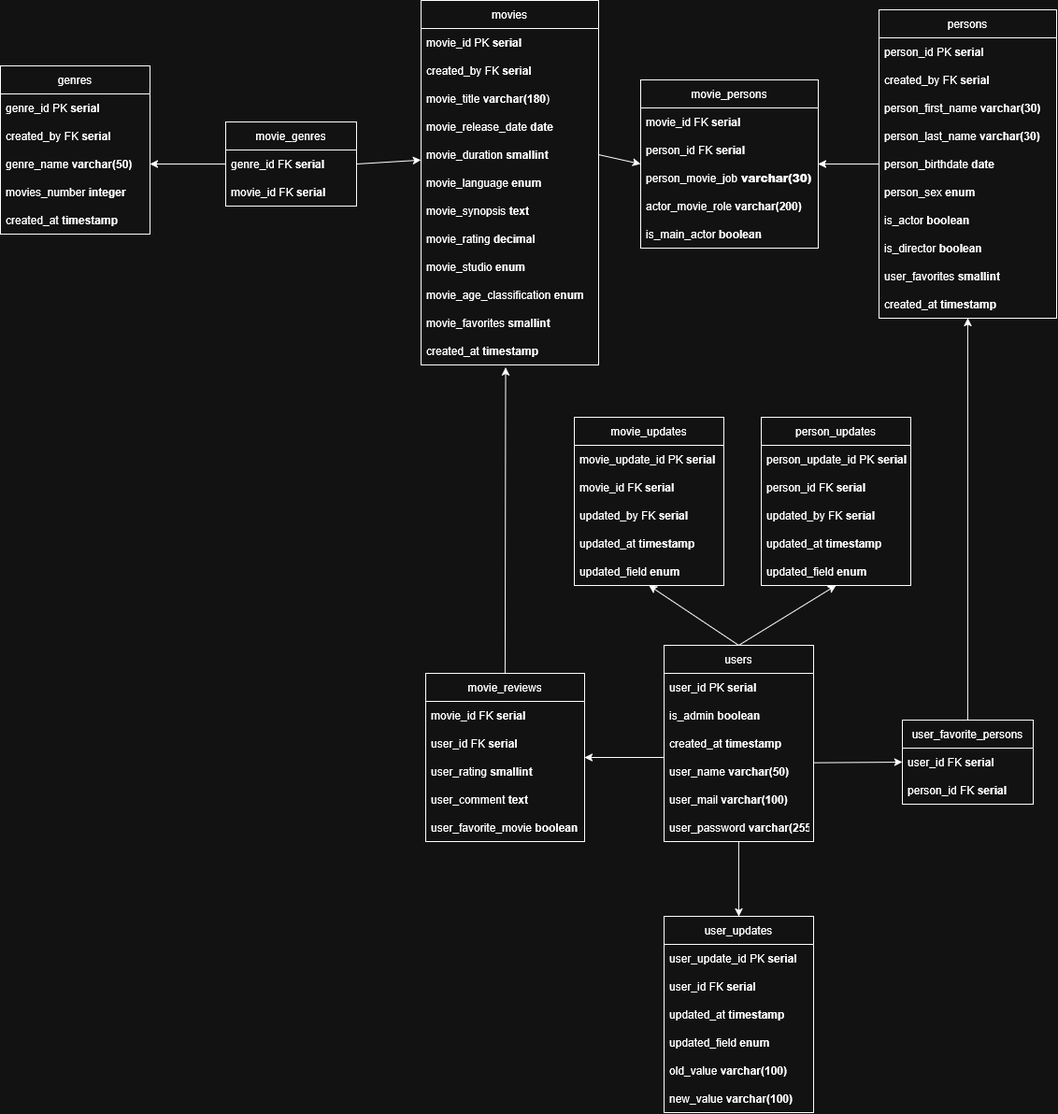
The draw.io diagram data_conception/3-MPD.png in AlexandreCrestien/NetStream, before a commit. Source tidied: cells renumbered, new cells last; positions are measured from the earlier drawing's top-left corner, leaving out a move shared by most shapes.
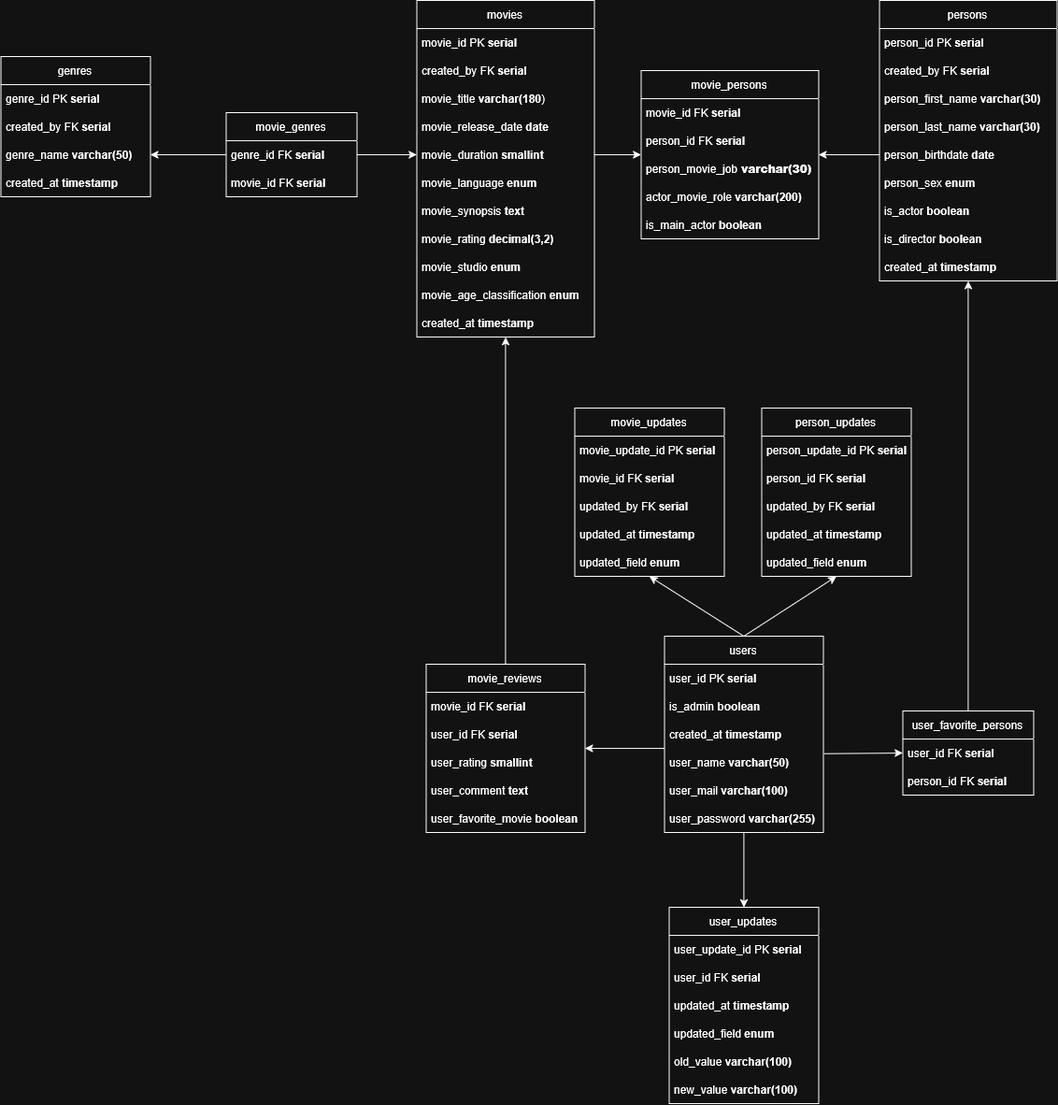
Above is the later version.

Commit message:
feat: add gestion rules and remove user_favorites from persons and movies and remove movies_number from genres)

What changed in the source:
```diff
@@ -3,7 +3,7 @@
     <mxCell id="0" />
     <mxCell id="1" parent="0" />
     <mxCell id="2" value="movies" style="swimlane;fontStyle=0;horizontal=1;startSize=30;whiteSpace=wrap;html=1;" parent="1" vertex="1">
-      <mxGeometry x="450" width="190" height="390" as="geometry" />
+      <mxGeometry x="445" y="10" width="190" height="360" as="geometry" />
     </mxCell>
     <mxCell id="3" value="movie_id PK &lt;b&gt;serial&lt;/b&gt;" style="text;strokeColor=none;fillColor=none;align=left;verticalAlign=middle;spacingLeft=4;spacingRight=4;overflow=hidden;whiteSpace=wrap;html=1;" parent="2" vertex="1">
       <mxGeometry y="30" width="190" height="30" as="geometry" />
@@ -26,7 +26,7 @@
     <mxCell id="9" value="movie_synopsis &lt;b&gt;text&lt;/b&gt;" style="text;strokeColor=none;fillColor=none;align=left;verticalAlign=middle;spacingLeft=4;spacingRight=4;overflow=hidden;whiteSpace=wrap;html=1;" parent="2" vertex="1">
       <mxGeometry y="210" width="190" height="30" as="geometry" />
     </mxCell>
-    <mxCell id="10" value="movie_rating &lt;b&gt;decimal&lt;/b&gt;" style="text;strokeColor=none;fillColor=none;align=left;verticalAlign=middle;spacingLeft=4;spacingRight=4;overflow=hidden;whiteSpace=wrap;html=1;" parent="2" vertex="1">
+    <mxCell id="10" value="movie_rating &lt;b&gt;decimal(3,2)&lt;/b&gt;" style="text;strokeColor=none;fillColor=none;align=left;verticalAlign=middle;spacingLeft=4;spacingRight=4;overflow=hidden;whiteSpace=wrap;html=1;" parent="2" vertex="1">
       <mxGeometry y="240" width="190" height="30" as="geometry" />
     </mxCell>
     <mxCell id="11" value="movie_studio &lt;b&gt;enum&lt;/b&gt;" style="text;strokeColor=none;fillColor=none;align=left;verticalAlign=middle;spacingLeft=4;spacingRight=4;overflow=hidden;whiteSpace=wrap;html=1;" parent="2" vertex="1">
@@ -35,14 +35,11 @@
     <mxCell id="12" value="movie_age_classification &lt;b&gt;enum&lt;/b&gt;" style="text;strokeColor=none;fillColor=none;align=left;verticalAlign=middle;spacingLeft=4;spacingRight=4;overflow=hidden;whiteSpace=wrap;html=1;" parent="2" vertex="1">
       <mxGeometry y="300" width="190" height="30" as="geometry" />
     </mxCell>
-    <mxCell id="13" value="movie_favorites &lt;b&gt;smallint&lt;/b&gt;" style="text;strokeColor=none;fillColor=none;align=left;verticalAlign=middle;spacingLeft=4;spacingRight=4;overflow=hidden;whiteSpace=wrap;html=1;" parent="2" vertex="1">
-      <mxGeometry y="330" width="190" height="30" as="geometry" />
-    </mxCell>
     <mxCell id="14" value="created_at &lt;b&gt;timestamp&lt;/b&gt;" style="text;strokeColor=none;fillColor=none;align=left;verticalAlign=middle;spacingLeft=4;spacingRight=4;overflow=hidden;points=[[0,0.5],[1,0.5]];portConstraint=eastwest;whiteSpace=wrap;html=1;" parent="2" vertex="1">
-      <mxGeometry y="360" width="190" height="30" as="geometry" />
+      <mxGeometry y="330" width="190" height="30" as="geometry" />
     </mxCell>
     <mxCell id="15" value="persons" style="swimlane;fontStyle=0;horizontal=1;startSize=30;whiteSpace=wrap;html=1;" parent="1" vertex="1">
-      <mxGeometry x="940" y="10" width="190" height="330" as="geometry" />
+      <mxGeometry x="940" y="10" width="190" height="300" as="geometry" />
     </mxCell>
     <mxCell id="16" value="person_id PK&amp;nbsp;&lt;b&gt;serial&lt;/b&gt;" style="text;strokeColor=none;fillColor=none;align=left;verticalAlign=middle;spacingLeft=4;spacingRight=4;overflow=hidden;whiteSpace=wrap;html=1;" parent="15" vertex="1">
       <mxGeometry y="30" width="190" height="30" as="geometry" />
@@ -68,11 +65,8 @@
     <mxCell id="23" value="&lt;div&gt;is_director&amp;nbsp;&lt;b&gt;boolean&lt;/b&gt;&lt;/div&gt;" style="text;strokeColor=none;fillColor=none;align=left;verticalAlign=middle;spacingLeft=4;spacingRight=4;overflow=hidden;whiteSpace=wrap;html=1;" parent="15" vertex="1">
       <mxGeometry y="240" width="190" height="30" as="geometry" />
     </mxCell>
-    <mxCell id="24" value="user_favorites &lt;b&gt;smallint&lt;/b&gt;" style="text;strokeColor=none;fillColor=none;align=left;verticalAlign=middle;spacingLeft=4;spacingRight=4;overflow=hidden;whiteSpace=wrap;html=1;" parent="15" vertex="1">
-      <mxGeometry y="270" width="190" height="30" as="geometry" />
-    </mxCell>
     <mxCell id="25" value="created_at &lt;b&gt;timestamp&lt;/b&gt;" style="text;strokeColor=none;fillColor=none;align=left;verticalAlign=middle;spacingLeft=4;spacingRight=4;overflow=hidden;whiteSpace=wrap;html=1;" parent="15" vertex="1">
-      <mxGeometry y="300" width="190" height="30" as="geometry" />
+      <mxGeometry y="270" width="190" height="30" as="geometry" />
     </mxCell>
     <mxCell id="26" value="movie_persons" style="swimlane;fontStyle=0;horizontal=1;startSize=30;whiteSpace=wrap;html=1;" parent="1" vertex="1">
       <mxGeometry x="685" y="85" width="190" height="180" as="geometry" />
@@ -93,25 +87,25 @@
       <mxGeometry y="150" width="190" height="30" as="geometry" />
     </mxCell>
     <mxCell id="32" value="users" style="swimlane;fontStyle=0;horizontal=1;startSize=30;whiteSpace=wrap;html=1;" parent="1" vertex="1">
-      <mxGeometry x="710" y="690" width="160" height="210" as="geometry" />
+      <mxGeometry x="710" y="690" width="170" height="210" as="geometry" />
     </mxCell>
     <mxCell id="33" value="user_id PK&amp;nbsp;&lt;b&gt;serial&lt;/b&gt;" style="text;strokeColor=none;fillColor=none;align=left;verticalAlign=middle;spacingLeft=4;spacingRight=4;overflow=hidden;whiteSpace=wrap;html=1;" parent="32" vertex="1">
-      <mxGeometry y="30" width="160" height="30" as="geometry" />
+      <mxGeometry y="30" width="170" height="30" as="geometry" />
     </mxCell>
     <mxCell id="34" value="is_admin&amp;nbsp;&lt;b&gt;boolean&lt;/b&gt;" style="text;strokeColor=none;fillColor=none;align=left;verticalAlign=middle;spacingLeft=4;spacingRight=4;overflow=hidden;whiteSpace=wrap;html=1;" parent="32" vertex="1">
-      <mxGeometry y="60" width="160" height="30" as="geometry" />
+      <mxGeometry y="60" width="170" height="30" as="geometry" />
     </mxCell>
     <mxCell id="35" value="created_at &lt;b&gt;timestamp&lt;/b&gt;" style="text;strokeColor=none;fillColor=none;align=left;verticalAlign=middle;spacingLeft=4;spacingRight=4;overflow=hidden;whiteSpace=wrap;html=1;" parent="32" vertex="1">
-      <mxGeometry y="90" width="160" height="30" as="geometry" />
+      <mxGeometry y="90" width="170" height="30" as="geometry" />
     </mxCell>
     <mxCell id="36" value="user_name &lt;b&gt;varchar(50)&lt;/b&gt;" style="text;strokeColor=none;fillColor=none;align=left;verticalAlign=middle;spacingLeft=4;spacingRight=4;overflow=hidden;points=[[0,0.5],[1,0.5]];portConstraint=eastwest;whiteSpace=wrap;html=1;" parent="32" vertex="1">
-      <mxGeometry y="120" width="160" height="30" as="geometry" />
+      <mxGeometry y="120" width="170" height="30" as="geometry" />
     </mxCell>
     <mxCell id="37" value="user_mail&amp;nbsp;&lt;b&gt;varchar(100)&lt;/b&gt;" style="text;strokeColor=none;fillColor=none;align=left;verticalAlign=middle;spacingLeft=4;spacingRight=4;overflow=hidden;whiteSpace=wrap;html=1;" parent="32" vertex="1">
-      <mxGeometry y="150" width="160" height="30" as="geometry" />
+      <mxGeometry y="150" width="170" height="30" as="geometry" />
     </mxCell>
     <mxCell id="38" value="user_password&amp;nbsp;&lt;b&gt;varchar(255)&lt;/b&gt;" style="text;strokeColor=none;fillColor=none;align=left;verticalAlign=middle;spacingLeft=4;spacingRight=4;overflow=hidden;whiteSpace=wrap;html=1;" parent="32" vertex="1">
-      <mxGeometry y="180" width="160" height="30" as="geometry" />
+      <mxGeometry y="180" width="170" height="30" as="geometry" />
     </mxCell>
     <mxCell id="39" value="movie_reviews" style="swimlane;fontStyle=0;horizontal=1;startSize=30;whiteSpace=wrap;html=1;" parent="1" vertex="1">
       <mxGeometry x="455" y="720" width="170" height="180" as="geometry" />
@@ -122,7 +116,7 @@
     <mxCell id="41" value="user_id FK&amp;nbsp;&lt;b&gt;serial&lt;/b&gt;" style="text;strokeColor=none;fillColor=none;align=left;verticalAlign=middle;spacingLeft=4;spacingRight=4;overflow=hidden;whiteSpace=wrap;html=1;" parent="39" vertex="1">
       <mxGeometry y="60" width="170" height="30" as="geometry" />
     </mxCell>
-    <mxCell id="42" value="user_rating &lt;b&gt;smallint&lt;/b&gt;" style="text;strokeColor=none;fillColor=none;align=left;verticalAlign=middle;spacingLeft=4;spacingRight=4;overflow=hidden;whiteSpace=wrap;html=1;" parent="39" vertex="1">
+    <mxCell id="42" value="user_rating&amp;nbsp;&lt;b&gt;smallint&lt;/b&gt;" style="text;strokeColor=none;fillColor=none;align=left;verticalAlign=middle;spacingLeft=4;spacingRight=4;overflow=hidden;whiteSpace=wrap;html=1;" parent="39" vertex="1">
       <mxGeometry y="90" width="170" height="30" as="geometry" />
     </mxCell>
     <mxCell id="43" value="user_comment &lt;b&gt;text&lt;/b&gt;" style="text;strokeColor=none;fillColor=none;align=left;verticalAlign=middle;spacingLeft=4;spacingRight=4;overflow=hidden;whiteSpace=wrap;html=1;" parent="39" vertex="1">
@@ -134,7 +128,7 @@
     <mxCell id="45" style="endArrow=classic;html=1;rounded=0;exitX=0;exitY=0;exitDx=0;exitDy=0;entryX=1;entryY=0.5;entryDx=0;entryDy=0;exitPerimeter=0;" parent="1" edge="1" source="36" target="39">
       <mxGeometry relative="1" as="geometry" />
     </mxCell>
-    <mxCell id="46" style="endArrow=classic;html=1;rounded=0;exitX=0.5;exitY=0;exitDx=0;exitDy=0;entryX=0.477;entryY=1.085;entryDx=0;entryDy=0;entryPerimeter=0;" parent="1" edge="1" source="39" target="14">
+    <mxCell id="46" style="endArrow=classic;html=1;rounded=0;entryX=0.5;entryY=1;entryDx=0;entryDy=0;exitX=0.5;exitY=0;exitDx=0;exitDy=0;" parent="1" edge="1" source="39" target="2">
       <mxGeometry relative="1" as="geometry" />
     </mxCell>
     <mxCell id="47" style="endArrow=classic;html=1;rounded=0;exitX=1;exitY=0.5;exitDx=0;exitDy=0;entryX=0;entryY=0.5;entryDx=0;entryDy=0;" parent="1" edge="1" source="7" target="26">
@@ -146,7 +140,7 @@
       </mxGeometry>
     </mxCell>
     <mxCell id="49" value="user_updates" style="swimlane;fontStyle=0;horizontal=1;startSize=30;whiteSpace=wrap;html=1;" parent="1" vertex="1">
-      <mxGeometry x="710" y="980" width="160" height="210" as="geometry" />
+      <mxGeometry x="715" y="980" width="160" height="210" as="geometry" />
     </mxCell>
     <mxCell id="50" value="user_update_id PK &lt;b&gt;serial&lt;/b&gt;" style="text;strokeColor=none;fillColor=none;align=left;verticalAlign=middle;spacingLeft=4;spacingRight=4;overflow=hidden;whiteSpace=wrap;html=1;" parent="49" vertex="1">
       <mxGeometry y="30" width="160" height="30" as="geometry" />
@@ -227,7 +221,7 @@
       <mxGeometry relative="1" as="geometry" />
     </mxCell>
     <mxCell id="76" value="genres" style="swimlane;fontStyle=0;horizontal=1;startSize=30;whiteSpace=wrap;html=1;" parent="1" vertex="1">
-      <mxGeometry y="70" width="160" height="180" as="geometry" />
+      <mxGeometry y="70" width="160" height="150" as="geometry" />
     </mxCell>
     <mxCell id="77" value="genre_id PK&amp;nbsp;&lt;b&gt;serial&lt;/b&gt;" style="text;strokeColor=none;fillColor=none;align=left;verticalAlign=middle;spacingLeft=4;spacingRight=4;overflow=hidden;whiteSpace=wrap;html=1;" parent="76" vertex="1">
       <mxGeometry y="30" width="160" height="30" as="geometry" />
@@ -238,11 +232,8 @@
     <mxCell id="79" value="genre_name &lt;b&gt;varchar(50)&lt;/b&gt;" style="text;strokeColor=none;fillColor=none;align=left;verticalAlign=middle;spacingLeft=4;spacingRight=4;overflow=hidden;points=[[0,0.5],[1,0.5]];portConstraint=eastwest;whiteSpace=wrap;html=1;" parent="76" vertex="1">
       <mxGeometry y="90" width="160" height="30" as="geometry" />
     </mxCell>
-    <mxCell id="80" value="movies_number &lt;b&gt;integer&lt;/b&gt;" style="text;strokeColor=none;fillColor=none;align=left;verticalAlign=middle;spacingLeft=4;spacingRight=4;overflow=hidden;whiteSpace=wrap;html=1;" parent="76" vertex="1">
-      <mxGeometry y="120" width="160" height="30" as="geometry" />
-    </mxCell>
     <mxCell id="81" value="created_at &lt;b&gt;timestamp&lt;/b&gt;" style="text;strokeColor=none;fillColor=none;align=left;verticalAlign=middle;spacingLeft=4;spacingRight=4;overflow=hidden;whiteSpace=wrap;html=1;" parent="76" vertex="1">
-      <mxGeometry y="150" width="160" height="30" as="geometry" />
+      <mxGeometry y="120" width="160" height="30" as="geometry" />
     </mxCell>
     <mxCell id="82" value="movie_genres" style="swimlane;fontStyle=0;horizontal=1;startSize=30;whiteSpace=wrap;html=1;" parent="1" vertex="1">
       <mxGeometry x="241" y="130" width="140" height="90" as="geometry" />
```
